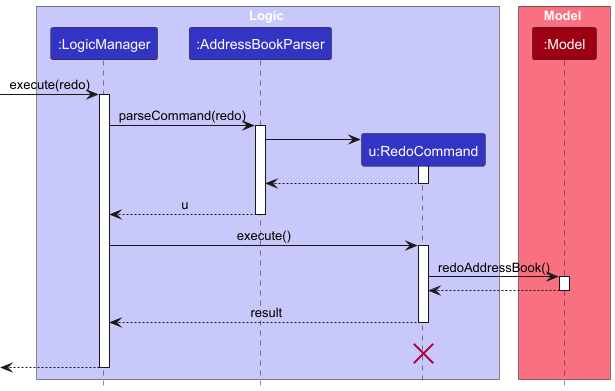
Before: docs/images/RedoSequenceDiagram-Logic.png, a diagram exported from PlantUML (AY2526S1-CS2103T-W09-4/tp).
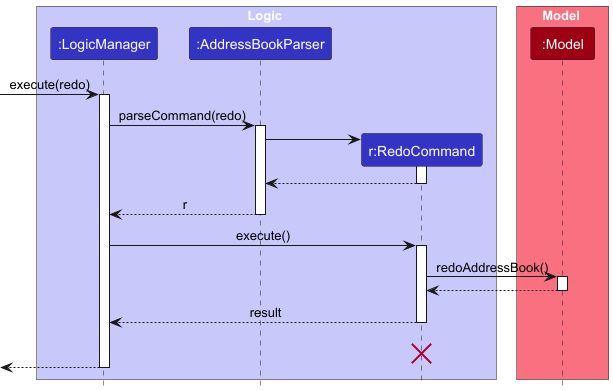
After the commit.

Commit message:
Fix sequence diagram return value

What changed in the source:
```diff
@@ -5,7 +5,7 @@
 box Logic LOGIC_COLOR_T1
 participant ":LogicManager" as LogicManager LOGIC_COLOR
 participant ":AddressBookParser" as AddressBookParser LOGIC_COLOR
-participant "u:RedoCommand" as RedoCommand LOGIC_COLOR
+participant "r:RedoCommand" as RedoCommand LOGIC_COLOR
 end box
 
 box Model MODEL_COLOR_T1
@@ -24,7 +24,7 @@
 RedoCommand --> AddressBookParser
 deactivate RedoCommand
 
-AddressBookParser --> LogicManager : u
+AddressBookParser --> LogicManager : r
 deactivate AddressBookParser
 
 LogicManager -> RedoCommand : execute()
```
